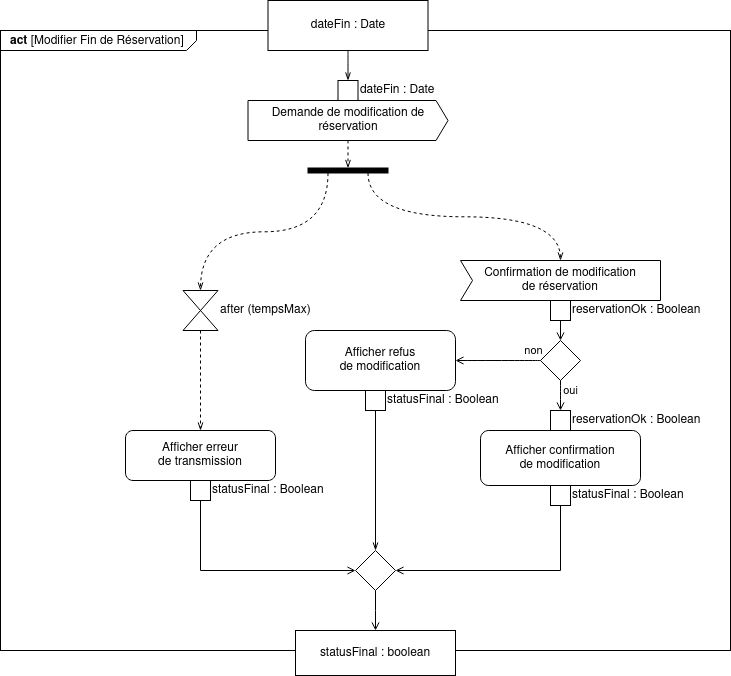
Earlier version of the draw.io export diagrammes/act_ModifierFinReservation.png (Dalker/ISI-mobility). Source tidied: cells renumbered, new cells last; positions are measured from the earlier drawing's top-left corner, leaving out a move shared by most shapes.
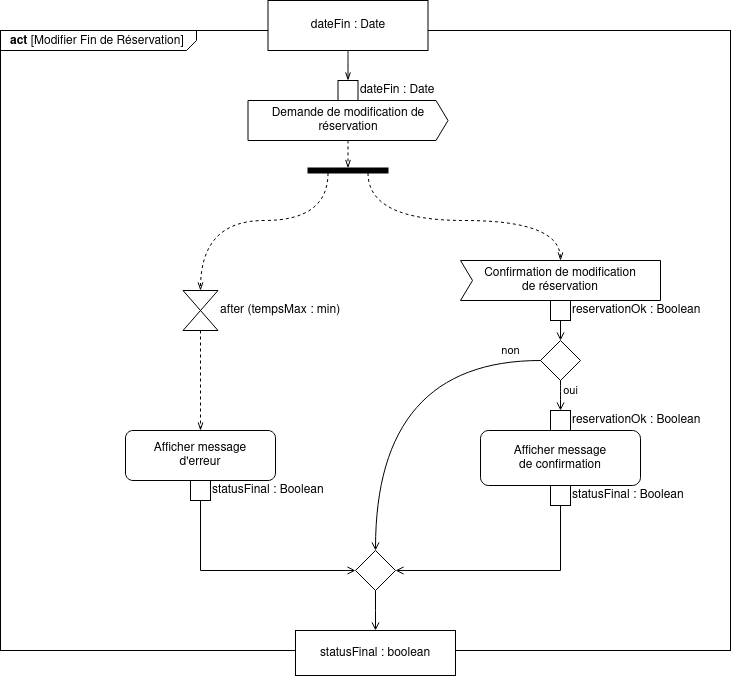
The same diagram one commit later.

The edit, as a diff of the source:
```diff
@@ -6,12 +6,17 @@
       <mxGeometry y="30" width="730" height="620" as="geometry" />
     </mxCell>
     <mxCell id="3" style="edgeStyle=orthogonalEdgeStyle;rounded=0;jettySize=auto;html=1;exitX=1;exitY=0.75;exitDx=0;exitDy=0;endArrow=openThin;endFill=0;dashed=1;curved=1;entryX=0.5;entryY=0;entryDx=0;entryDy=0;entryPerimeter=0;" parent="1" edge="1" source="17" target="5">
-      <mxGeometry relative="1" as="geometry" />
+      <mxGeometry relative="1" as="geometry">
+        <Array as="points">
+          <mxPoint x="328" y="220" />
+          <mxPoint x="200" y="220" />
+        </Array>
+      </mxGeometry>
     </mxCell>
     <mxCell id="4" style="edgeStyle=orthogonalEdgeStyle;rounded=0;jettySize=auto;html=1;exitX=0.5;exitY=1;exitDx=0;exitDy=0;exitPerimeter=0;dashed=1;endArrow=openThin;endFill=0;" parent="1" edge="1" source="5" target="25">
       <mxGeometry relative="1" as="geometry" />
     </mxCell>
-    <mxCell id="5" value="&lt;div&gt;after (tempsMax)&lt;br&gt;&lt;/div&gt;" style="html=1;shape=mxgraph.sysml.timeEvent;strokeWidth=1;verticalLabelPosition=middle;verticalAlignment=top;labelPosition=right;align=left;verticalAlign=middle;" parent="1" vertex="1">
+    <mxCell id="5" value="&lt;div&gt;after (tempsMax : min)&lt;br&gt;&lt;/div&gt;" style="html=1;shape=mxgraph.sysml.timeEvent;strokeWidth=1;verticalLabelPosition=middle;verticalAlignment=top;labelPosition=right;align=left;verticalAlign=middle;" parent="1" vertex="1">
       <mxGeometry x="182.5" y="290" width="35" height="40" as="geometry" />
     </mxCell>
     <mxCell id="6" style="edgeStyle=orthogonalEdgeStyle;rounded=0;jettySize=auto;html=1;entryX=0.5;entryY=0;entryDx=0;entryDy=0;endArrow=openThin;endFill=0;curved=1;exitX=0.5;exitY=1;exitDx=0;exitDy=0;" parent="1" edge="1" source="7" target="15">
@@ -57,7 +62,12 @@
       <mxGeometry x="90" width="20" height="20" as="geometry" />
     </mxCell>
     <mxCell id="16" style="edgeStyle=orthogonalEdgeStyle;curved=1;rounded=0;jettySize=auto;html=1;exitX=1;exitY=0.25;exitDx=0;exitDy=0;dashed=1;endArrow=openThin;endFill=0;entryX=0.5;entryY=0;entryDx=0;entryDy=0;entryPerimeter=0;" parent="1" edge="1" source="17" target="8">
-      <mxGeometry relative="1" as="geometry" />
+      <mxGeometry relative="1" as="geometry">
+        <Array as="points">
+          <mxPoint x="368" y="220" />
+          <mxPoint x="560" y="220" />
+        </Array>
+      </mxGeometry>
     </mxCell>
     <mxCell id="17" style="shape=rect;html=1;fillColor=#000000;verticalLabelPosition=bottom;verticalAlignment=top;strokeWidth=1;rotation=90;" parent="1" vertex="1">
       <mxGeometry x="345" y="130" width="5" height="80" as="geometry" />
@@ -71,7 +81,7 @@
     <mxCell id="20" style="group;" parent="1" vertex="1">
       <mxGeometry x="480" y="430" width="160" height="75" as="geometry" />
     </mxCell>
-    <mxCell id="21" value="&lt;div&gt;Afficher confirmation&lt;/div&gt;&lt;div&gt;de modification&lt;br&gt;&lt;/div&gt;" style="shape=rect;html=1;rounded=1;whiteSpace=wrap;align=center;" parent="20" vertex="1">
+    <mxCell id="21" value="&lt;div&gt;Afficher message&lt;/div&gt;&lt;div&gt;de confirmation&lt;br&gt;&lt;/div&gt;" style="shape=rect;html=1;rounded=1;whiteSpace=wrap;align=center;" parent="20" vertex="1">
       <mxGeometry width="160" height="55" as="geometry" />
     </mxCell>
     <mxCell id="22" value="statusFinal : Boolean" style="shape=rect;html=1;align=left;labelPosition=right;verticalLabelPosition=middle;verticalAlign=bottom;horizontal=1;" parent="20" vertex="1">
@@ -83,7 +93,7 @@
     <mxCell id="24" style="group;" parent="1" vertex="1">
       <mxGeometry x="125" y="430" width="150" height="70" as="geometry" />
     </mxCell>
-    <mxCell id="25" value="&lt;div&gt;Afficher erreur&lt;br&gt;&lt;/div&gt;&lt;div&gt;de transmission&lt;br&gt;&lt;/div&gt;" style="shape=rect;html=1;rounded=1;whiteSpace=wrap;align=center;" parent="24" vertex="1">
+    <mxCell id="25" value="&lt;div&gt;Afficher message &lt;br&gt;&lt;/div&gt;&lt;div&gt;d'erreur&lt;/div&gt;" style="shape=rect;html=1;rounded=1;whiteSpace=wrap;align=center;" parent="24" vertex="1">
       <mxGeometry width="150" height="50" as="geometry" />
     </mxCell>
     <mxCell id="26" value="&lt;div&gt;statusFinal : Boolean&lt;/div&gt;" style="shape=rect;html=1;align=left;labelPosition=right;verticalLabelPosition=middle;verticalAlign=bottom;horizontal=1;" parent="24" vertex="1">
@@ -105,17 +115,8 @@
     <mxCell id="30" value="reservationOk : Boolean" style="shape=rect;html=1;align=left;labelPosition=right;verticalLabelPosition=middle;verticalAlign=bottom;horizontal=1;" parent="1" vertex="1">
       <mxGeometry x="550" y="410" width="20" height="20" as="geometry" />
     </mxCell>
-    <mxCell id="31" value="non" style="endArrow=open;html=1;exitX=0;exitY=0.5;exitDx=0;exitDy=0;entryX=1;entryY=0.5;entryDx=0;entryDy=0;endFill=0;strokeWidth=1;endSize=6;edgeStyle=orthogonalEdgeStyle;curved=1;" parent="1" edge="1" source="23" target="32">
+    <mxCell id="31" value="non" style="endArrow=open;html=1;exitX=0;exitY=0.5;exitDx=0;exitDy=0;entryX=0.5;entryY=0;entryDx=0;entryDy=0;endFill=0;strokeWidth=1;endSize=6;edgeStyle=orthogonalEdgeStyle;curved=1;" parent="1" edge="1" source="23" target="9">
       <mxGeometry x="-0.83" y="-10" relative="1" as="geometry" />
     </mxCell>
-    <mxCell id="32" value="&lt;div&gt;Afficher refus&lt;/div&gt;&lt;div&gt;de modification&lt;br&gt;&lt;/div&gt;" style="shape=rect;html=1;rounded=1;whiteSpace=wrap;align=center;" parent="1" vertex="1">
-      <mxGeometry x="305" y="330" width="150" height="60" as="geometry" />
-    </mxCell>
-    <mxCell id="33" style="edgeStyle=orthogonalEdgeStyle;rounded=0;jettySize=auto;html=1;endArrow=openThin;endFill=0;" parent="1" edge="1" source="34" target="9">
-      <mxGeometry relative="1" as="geometry" />
-    </mxCell>
-    <mxCell id="34" value="&lt;div&gt;statusFinal : Boolean&lt;/div&gt;" style="shape=rect;html=1;align=left;labelPosition=right;verticalLabelPosition=middle;verticalAlign=bottom;horizontal=1;" parent="1" vertex="1">
-      <mxGeometry x="365" y="390" width="20" height="20" as="geometry" />
-    </mxCell>
   </root>
 </mxGraphModel>
```
